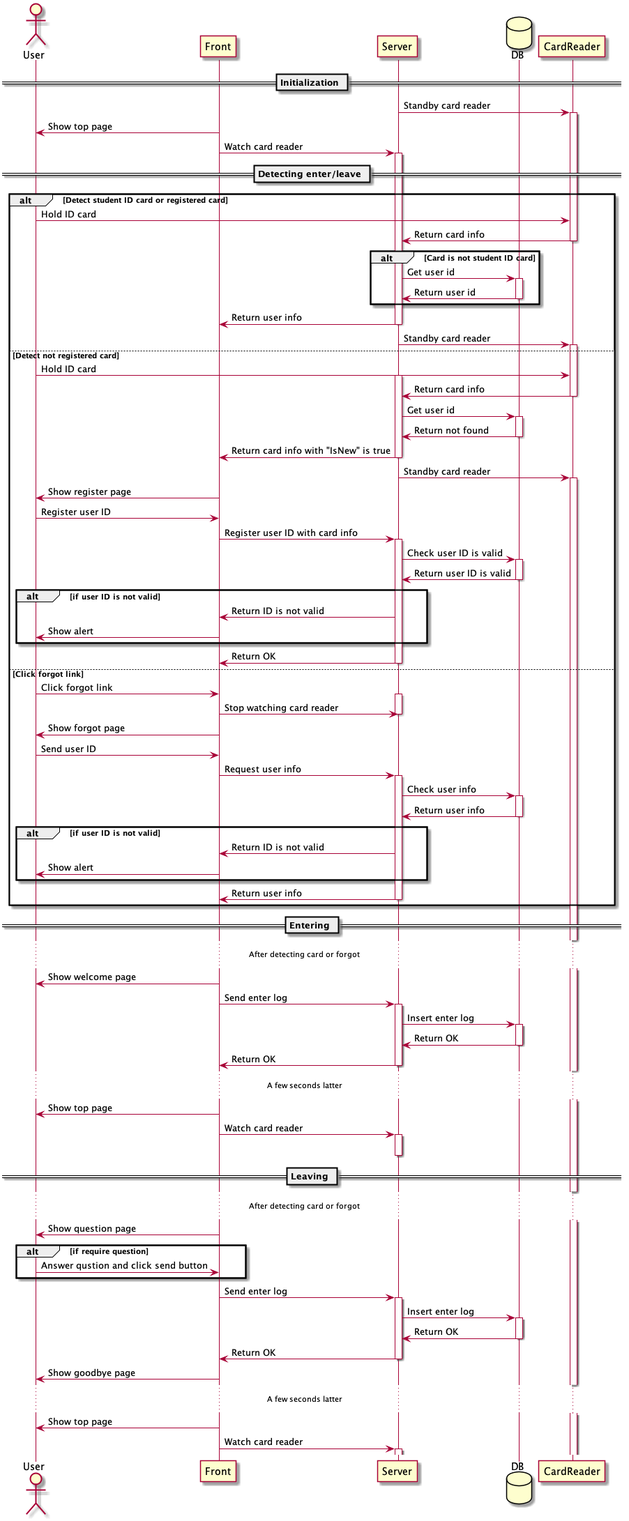
Earlier version of the PlantUML export doc/sequence.png (AizuGeekDojo/EnterLeaveSystem).
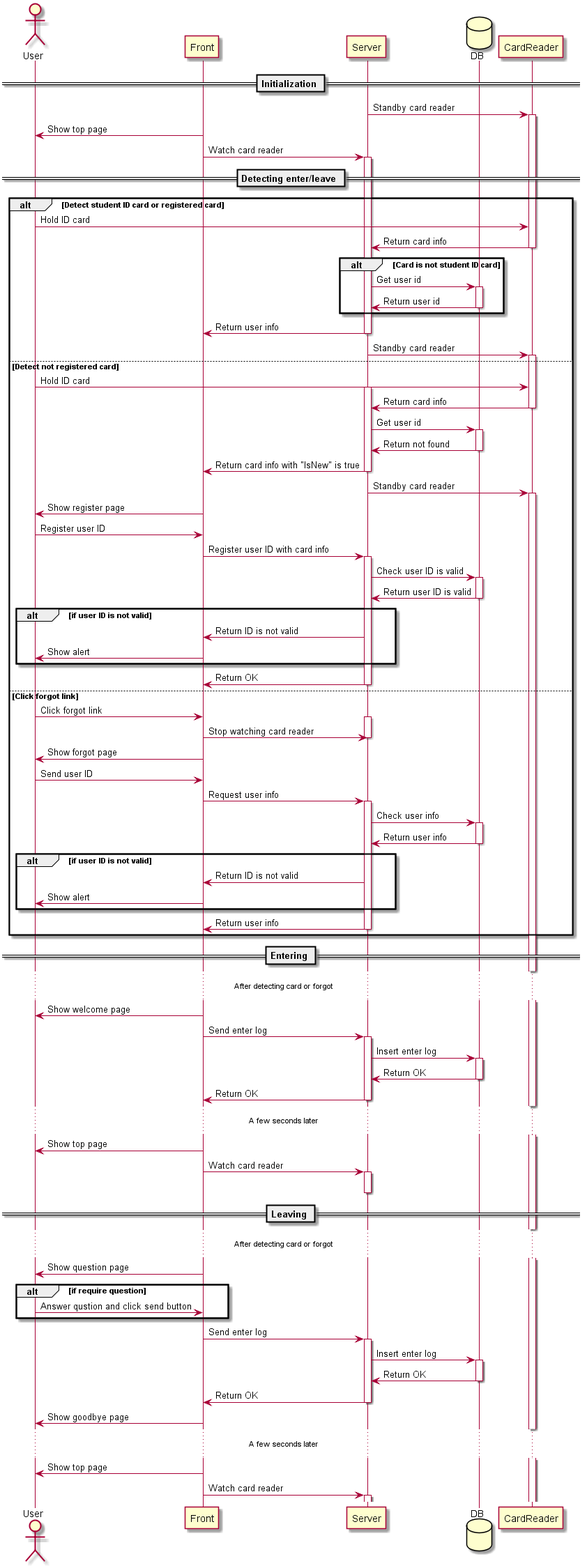
The same file after the commit.

What changed in the source:
```diff
@@ -95,7 +95,7 @@
 deactivate DB
 Server -> Front : Return OK
 deactivate Server
-...A few seconds latter...
+...A few seconds later...
 Front -> User : Show top page
 Front -> Server : Watch card reader
 activate Server
@@ -116,7 +116,7 @@
 Server -> Front : Return OK
 deactivate Server
 Front -> User : Show goodbye page
-...A few seconds latter...
+...A few seconds later...
 Front -> User : Show top page
 Front -> Server : Watch card reader
 activate Server
```
